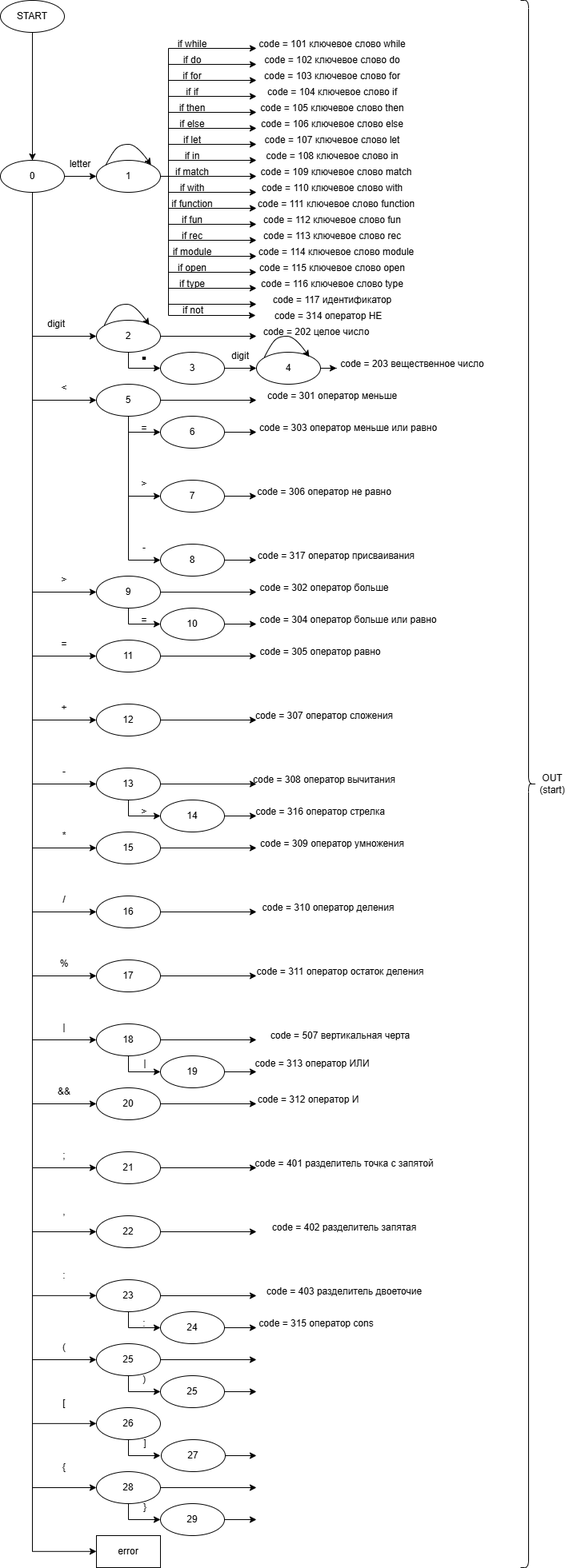
TeaTeapot/TFLC-2 keeps this draw.io diagram as Screenshot/scheme.png. Above is the earlier version. Source tidied: cells renumbered, new cells last; positions are measured from the earlier drawing's top-left corner, leaving out a move shared by most shapes.
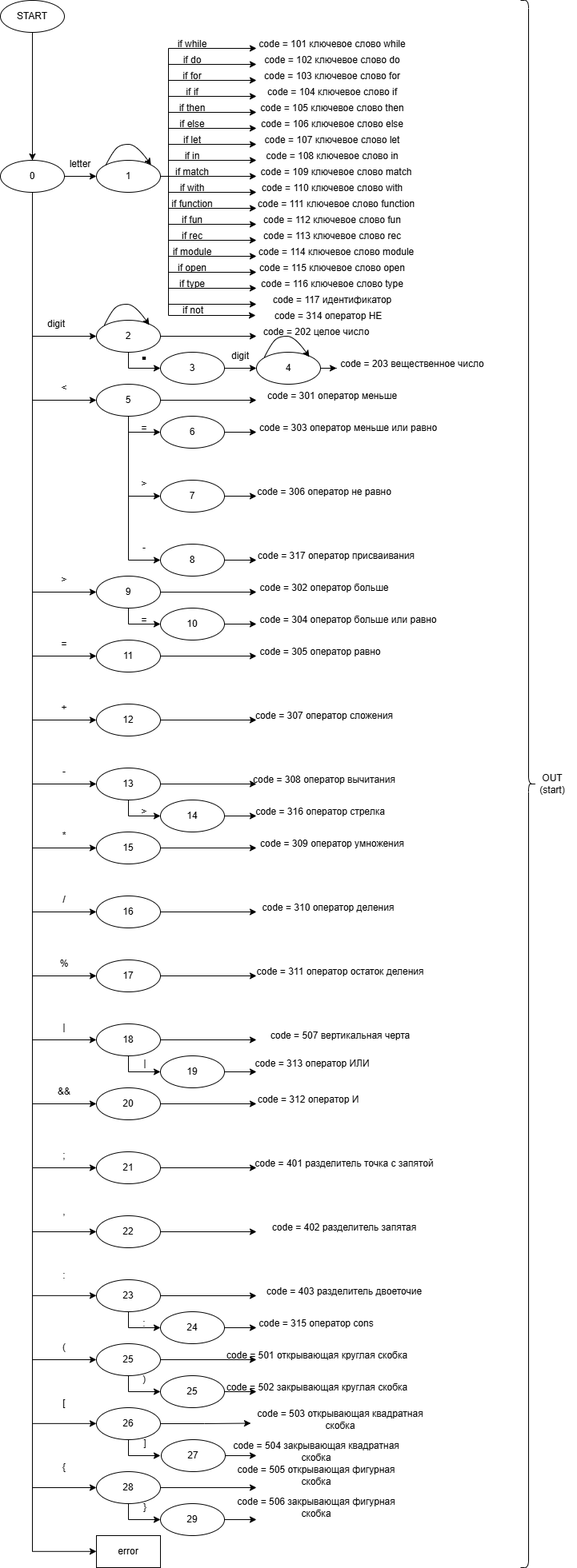
After the commit.

The edit, as a diff of the source:
```diff
@@ -863,5 +863,26 @@
     <mxCell id="204" value="}" style="text;html=1;whiteSpace=wrap;strokeColor=none;fillColor=none;align=center;verticalAlign=middle;rounded=0;" parent="1" vertex="1">
       <mxGeometry x="151" y="1870" width="60" height="30" as="geometry" />
     </mxCell>
+    <mxCell id="205" value="code = 501 открывающая круглая скобка" style="text;html=1;whiteSpace=wrap;strokeColor=none;fillColor=none;align=center;verticalAlign=middle;rounded=0;" parent="1" vertex="1">
+      <mxGeometry x="281" y="1680" width="230" height="30" as="geometry" />
+    </mxCell>
+    <mxCell id="206" value="code = 502 закрывающая круглая скобка" style="text;html=1;whiteSpace=wrap;strokeColor=none;fillColor=none;align=center;verticalAlign=middle;rounded=0;" parent="1" vertex="1">
+      <mxGeometry x="281" y="1720" width="230" height="30" as="geometry" />
+    </mxCell>
+    <mxCell id="207" value="code = 503 открывающая квадратная скобка" style="text;html=1;whiteSpace=wrap;strokeColor=none;fillColor=none;align=center;verticalAlign=middle;rounded=0;" parent="1" vertex="1">
+      <mxGeometry x="310" y="1760" width="230" height="30" as="geometry" />
+    </mxCell>
+    <mxCell id="208" value="code = 504 закрывающая квадратная скобка" style="text;html=1;whiteSpace=wrap;strokeColor=none;fillColor=none;align=center;verticalAlign=middle;rounded=0;" parent="1" vertex="1">
+      <mxGeometry x="280" y="1800" width="230" height="30" as="geometry" />
+    </mxCell>
+    <mxCell id="209" value="code = 505 открывающая фигурная скобка" style="text;html=1;whiteSpace=wrap;strokeColor=none;fillColor=none;align=center;verticalAlign=middle;rounded=0;" parent="1" vertex="1">
+      <mxGeometry x="280" y="1830" width="230" height="30" as="geometry" />
+    </mxCell>
+    <mxCell id="210" value="code = 506 закрывающая фигурная скобка" style="text;html=1;whiteSpace=wrap;strokeColor=none;fillColor=none;align=center;verticalAlign=middle;rounded=0;" parent="1" vertex="1">
+      <mxGeometry x="280" y="1870" width="230" height="30" as="geometry" />
+    </mxCell>
+    <mxCell id="211" style="edgeStyle=orthogonalEdgeStyle;rounded=0;jettySize=auto;html=1;entryX=0.013;entryY=0.65;entryDx=0;entryDy=0;entryPerimeter=0;" parent="1" edge="1" source="169" target="207">
+      <mxGeometry relative="1" as="geometry" />
+    </mxCell>
   </root>
 </mxGraphModel>
```
